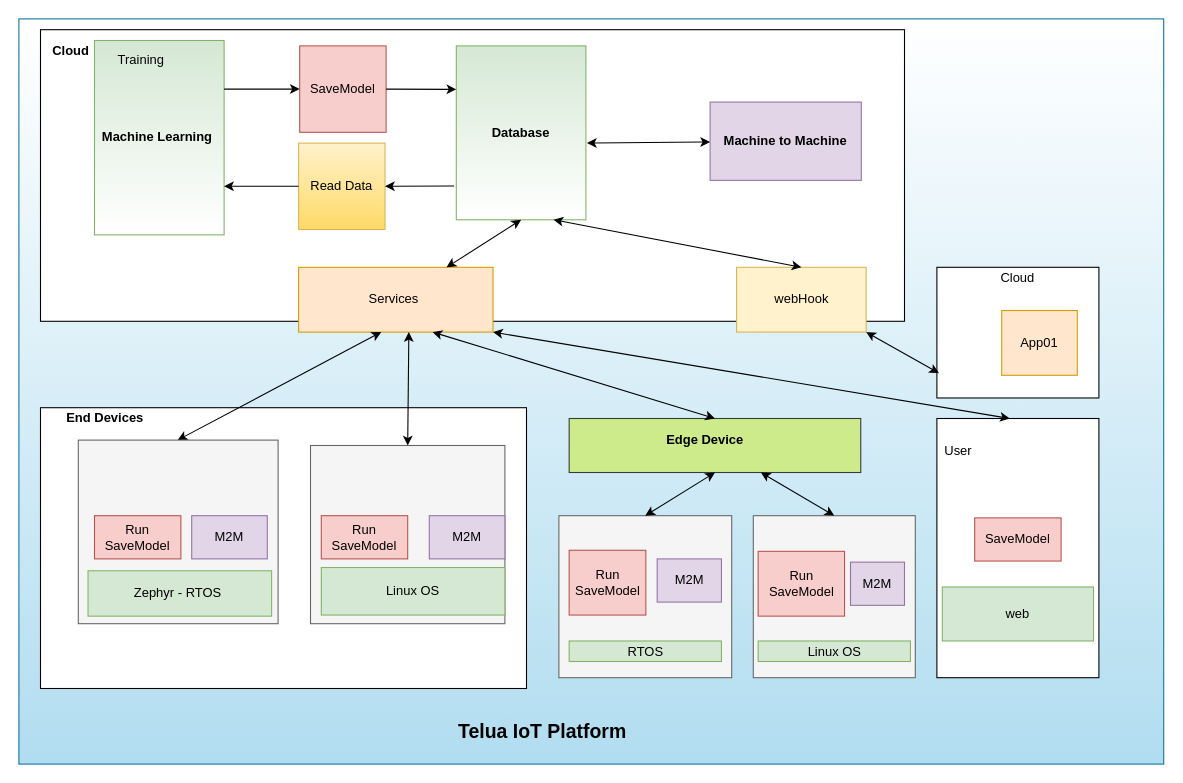
This is page "overview" (1 of 3) of machine_learning/machineLearning.drawio from letrthong/uhes_visual_programing_iot, a draw.io file, before an edit. Source tidied: cells renumbered, new cells numbered last; positions are measured from the earlier drawing's top-left corner, leaving out a move shared by most shapes. Both pictures are drawn from the tidied source at 108%, with x=0, y=0 at pixel (18, 18).
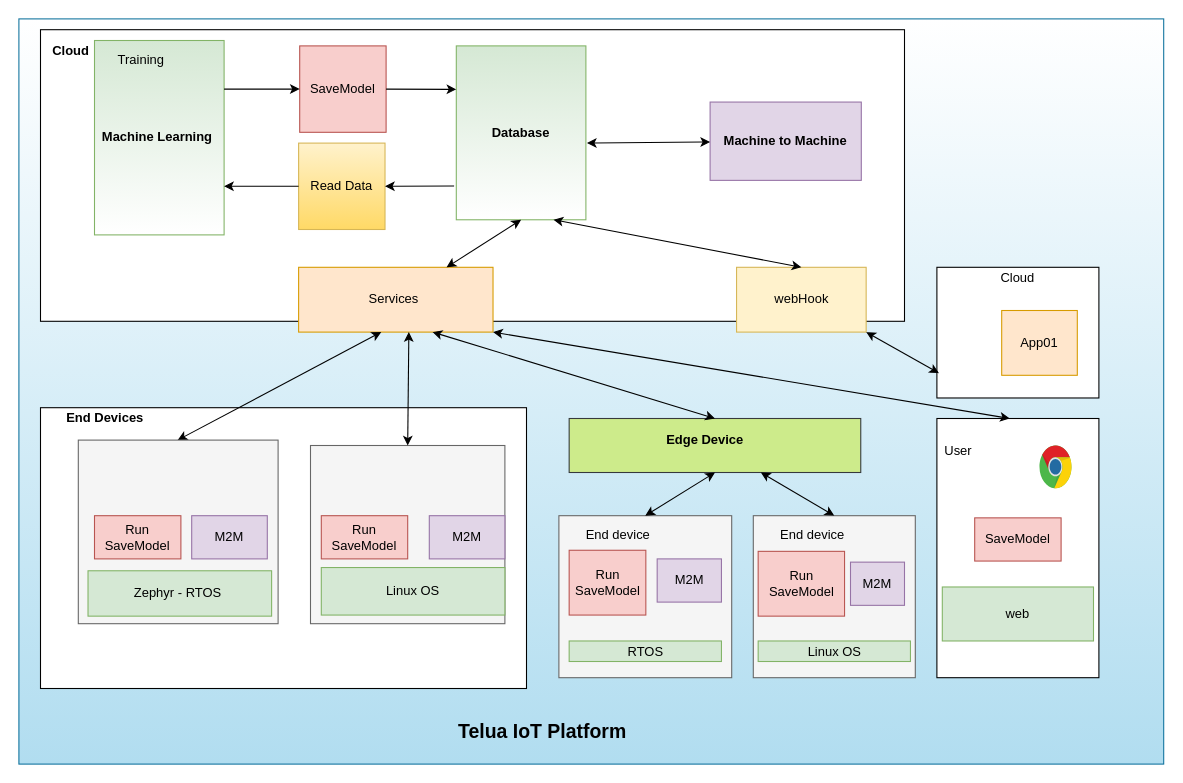
After the change.

Diff of the diagram source:
```diff
@@
+    <mxCell id="55" value="End device" style="text;html=1;strokeColor=none;fillColor=none;align=center;verticalAlign=middle;whiteSpace=wrap;rounded=0;" parent="1" vertex="1">
+      <mxGeometry x="509.5" y="467.5" width="90" height="20" as="geometry" />
+    </mxCell>
+    <mxCell id="56" value="End device" style="text;html=1;strokeColor=none;fillColor=none;align=center;verticalAlign=middle;whiteSpace=wrap;rounded=0;" parent="1" vertex="1">
+      <mxGeometry x="689.5" y="467.5" width="90" height="20" as="geometry" />
+    </mxCell>
+    <mxCell id="57" style="dashed=0;html=1;align=center;labelPosition=center;verticalLabelPosition=bottom;verticalAlign=top;shape=mxgraph.weblogos.chrome;" parent="1" vertex="1">
+      <mxGeometry x="945" y="395" width="30" height="40.4" as="geometry" />
+    </mxCell>
```
